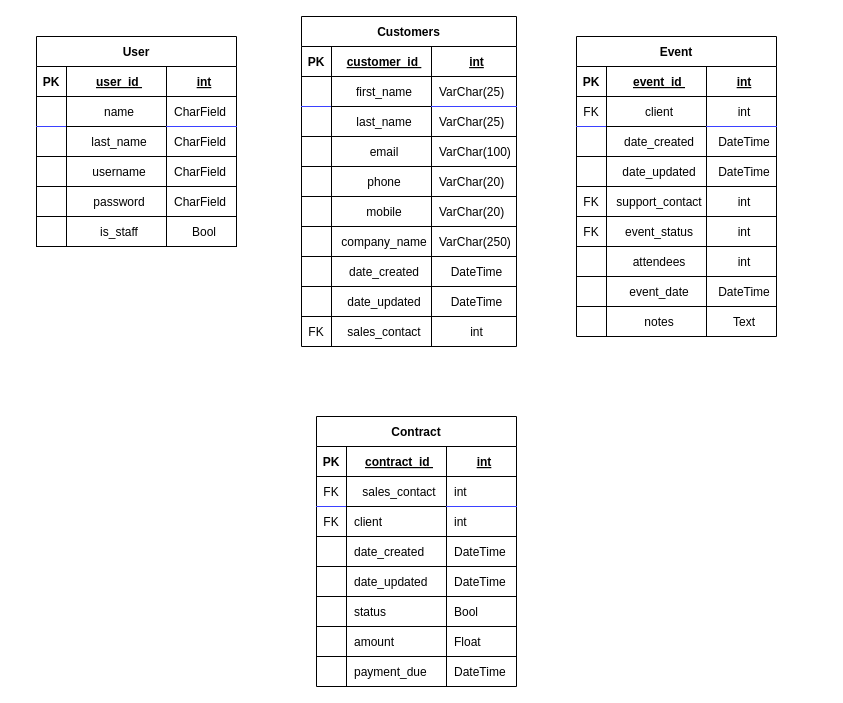
The draw.io diagram ERM.drawio in pnt983/P_12_OpenClassRoom, before the edit. Source tidied: cells renumbered, new cells numbered last; positions are measured from the earlier drawing's top-left corner, leaving out a move shared by most shapes. Both pictures are drawn from the tidied source at 100%, with x=0, y=0 at pixel (36, 16).
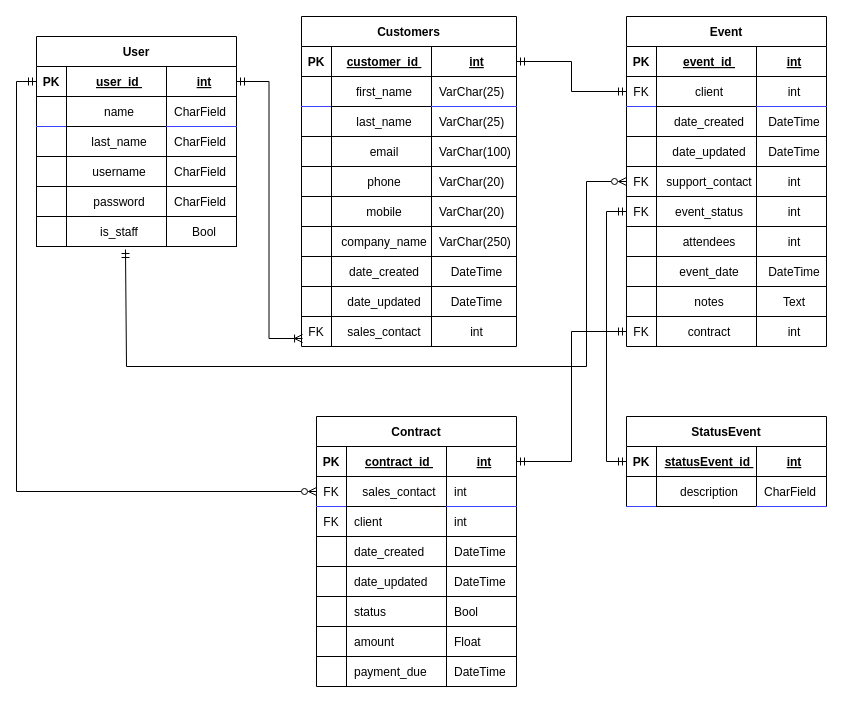
Above is the later version.

Unchanged cells that the change refers to:
```xml
<mxCell id="3" style="shape=partialRectangle;fillColor=none;points=[[0,0.5],[1,0.5]];portConstraint=eastwest;top=0;left=0;right=0;bottom=1;" parent="2" vertex="1">
  <mxGeometry y="30" width="215" height="30" as="geometry" />
</mxCell>
<mxCell id="39" style="shape=partialRectangle;fillColor=none;points=[[0,0.5],[1,0.5]];portConstraint=eastwest;top=0;left=0;right=0;bottom=0;" parent="2" vertex="1">
  <mxGeometry y="300" width="215" height="30" as="geometry" />
</mxCell>
<mxCell id="44" style="shape=partialRectangle;fillColor=none;points=[[0,0.5],[1,0.5]];portConstraint=eastwest;top=0;left=0;right=0;bottom=1;" parent="43" vertex="1">
  <mxGeometry y="30" width="200" height="30" as="geometry" />
</mxCell>
<mxCell id="64" style="shape=partialRectangle;fillColor=none;points=[[0,0.5],[1,0.5]];portConstraint=eastwest;top=0;left=0;right=0;bottom=0;" parent="43" vertex="1">
  <mxGeometry y="180" width="200" height="30" as="geometry" />
</mxCell>
<mxCell id="73" style="shape=partialRectangle;fillColor=none;points=[[0,0.5],[1,0.5]];portConstraint=eastwest;top=0;left=0;right=0;bottom=0;" parent="68" vertex="1">
  <mxGeometry y="60" width="200" height="30" as="geometry" />
</mxCell>
<mxCell id="85" style="shape=partialRectangle;fillColor=none;points=[[0,0.5],[1,0.5]];portConstraint=eastwest;top=0;left=0;right=0;bottom=0;" parent="68" vertex="1">
  <mxGeometry y="150" width="200" height="30" as="geometry" />
</mxCell>
<mxCell id="89" style="shape=partialRectangle;fillColor=none;points=[[0,0.5],[1,0.5]];portConstraint=eastwest;top=0;left=0;right=0;bottom=0;" parent="68" vertex="1">
  <mxGeometry y="180" width="200" height="30" as="geometry" />
</mxCell>
<mxCell id="106" style="shape=partialRectangle;fillColor=none;points=[[0,0.5],[1,0.5]];portConstraint=eastwest;top=0;left=0;right=0;bottom=1;" parent="105" vertex="1">
  <mxGeometry y="30" width="200" height="30" as="geometry" />
</mxCell>
<mxCell id="110" style="shape=partialRectangle;fillColor=none;points=[[0,0.5],[1,0.5]];portConstraint=eastwest;top=0;left=0;right=0;bottom=0;" parent="105" vertex="1">
  <mxGeometry y="60" width="200" height="30" as="geometry" />
</mxCell>
```

Change to the diagram source:
```diff
@@
     <mxCell id="68" value="Event" style="shape=table;startSize=30;childLayout=tableLayout;rowLines=0;fontStyle=1;align=center;" parent="1" vertex="1">
-      <mxGeometry x="540" y="20" width="200" height="300" as="geometry" />
+      <mxGeometry x="590" width="200" height="330" as="geometry" />
     </mxCell>
@@
+    <mxCell id="138" style="shape=partialRectangle;fillColor=none;points=[[0,0.5],[1,0.5]];portConstraint=eastwest;top=0;left=0;right=0;bottom=0;" parent="68" vertex="1">
+      <mxGeometry y="300" width="200" height="30" as="geometry" />
+    </mxCell>
+    <mxCell id="139" value="FK" style="shape=partialRectangle;overflow=hidden;fillColor=none;top=1;left=0;bottom=0;right=0;" parent="138" vertex="1">
+      <mxGeometry width="30" height="30" as="geometry" />
+    </mxCell>
+    <mxCell id="140" value="contract" style="shape=partialRectangle;overflow=hidden;fillColor=none;top=1;left=0;bottom=0;right=0;align=center;spacingLeft=6;" parent="138" vertex="1">
+      <mxGeometry x="30" width="100" height="30" as="geometry" />
+    </mxCell>
+    <mxCell id="141" value="int" style="shape=partialRectangle;overflow=hidden;fillColor=none;top=1;left=0;bottom=0;right=0;align=center;spacingLeft=6;" parent="138" vertex="1">
+      <mxGeometry x="130" width="70" height="30" as="geometry" />
+    </mxCell>
@@
+    <mxCell id="142" style="edgeStyle=orthogonalEdgeStyle;rounded=0;jettySize=auto;html=1;exitX=1;exitY=0.5;exitDx=0;exitDy=0;entryX=0.005;entryY=0.733;entryDx=0;entryDy=0;entryPerimeter=0;endArrow=ERoneToMany;endFill=0;startArrow=ERmandOne;startFill=0;" parent="1" edge="1" source="44" target="39">
+      <mxGeometry relative="1" as="geometry" />
+    </mxCell>
+    <mxCell id="143" style="edgeStyle=orthogonalEdgeStyle;rounded=0;jettySize=auto;html=1;exitX=0;exitY=0.5;exitDx=0;exitDy=0;entryX=1;entryY=0.5;entryDx=0;entryDy=0;startArrow=ERmandOne;startFill=0;endArrow=ERmandOne;endFill=0;" parent="1" edge="1" source="73" target="3">
+      <mxGeometry relative="1" as="geometry" />
+    </mxCell>
+    <mxCell id="144" style="edgeStyle=orthogonalEdgeStyle;rounded=0;jettySize=auto;html=1;exitX=0;exitY=0.5;exitDx=0;exitDy=0;startArrow=ERzeroToMany;startFill=0;endArrow=ERmandOne;endFill=0;entryX=0.445;entryY=1.1;entryDx=0;entryDy=0;entryPerimeter=0;" parent="1" edge="1" source="85" target="64">
+      <mxGeometry relative="1" as="geometry">
+        <Array as="points">
+          <mxPoint x="550" y="165" />
+          <mxPoint x="550" y="350" />
+          <mxPoint x="90" y="350" />
+        </Array>
+      </mxGeometry>
+    </mxCell>
+    <mxCell id="145" style="edgeStyle=orthogonalEdgeStyle;rounded=0;jettySize=auto;html=1;exitX=0;exitY=0.5;exitDx=0;exitDy=0;entryX=0;entryY=0.5;entryDx=0;entryDy=0;startArrow=ERzeroToMany;startFill=0;endArrow=ERmandOne;endFill=0;" parent="1" edge="1" source="110" target="44">
+      <mxGeometry relative="1" as="geometry" />
+    </mxCell>
+    <mxCell id="146" value="StatusEvent" style="shape=table;startSize=30;childLayout=tableLayout;rowLines=0;fontStyle=1;align=center;" parent="1" vertex="1">
+      <mxGeometry x="590" y="400" width="200" height="90" as="geometry" />
+    </mxCell>
+    <mxCell id="147" style="shape=partialRectangle;fillColor=none;points=[[0,0.5],[1,0.5]];portConstraint=eastwest;top=0;left=0;right=0;bottom=1;" parent="146" vertex="1">
+      <mxGeometry y="30" width="200" height="30" as="geometry" />
+    </mxCell>
+    <mxCell id="148" value="PK" style="shape=partialRectangle;overflow=hidden;fillColor=none;top=0;left=0;bottom=0;right=0;fontStyle=1;" parent="147" vertex="1">
+      <mxGeometry width="30" height="30" as="geometry" />
+    </mxCell>
+    <mxCell id="149" value="statusEvent_id " style="shape=partialRectangle;overflow=hidden;fillColor=none;top=0;left=0;bottom=0;right=0;align=center;spacingLeft=6;fontStyle=5;" parent="147" vertex="1">
+      <mxGeometry x="30" width="100" height="30" as="geometry" />
+    </mxCell>
+    <mxCell id="150" value="int" style="shape=partialRectangle;overflow=hidden;fillColor=none;top=0;left=0;bottom=0;right=0;align=center;spacingLeft=6;fontStyle=5;" parent="147" vertex="1">
+      <mxGeometry x="130" width="70" height="30" as="geometry" />
+    </mxCell>
+    <mxCell id="151" style="shape=partialRectangle;fillColor=none;top=0;left=0;right=0;bottom=0;" parent="146" vertex="1">
+      <mxGeometry y="60" width="200" height="30" as="geometry" />
+    </mxCell>
+    <mxCell id="152" style="shape=partialRectangle;overflow=hidden;fillColor=none;top=0;left=0;bottom=1;right=0;strokeColor=#3B41FF;" parent="151" vertex="1">
+      <mxGeometry width="30" height="30" as="geometry" />
+    </mxCell>
+    <mxCell id="153" value="description" style="shape=partialRectangle;overflow=hidden;fillColor=none;top=0;left=0;bottom=1;right=0;align=center;spacingLeft=6;strokeWidth=1;perimeterSpacing=0;strokeColor=#000000;labelBorderColor=none;" parent="151" vertex="1">
+      <mxGeometry x="30" width="100" height="30" as="geometry" />
+    </mxCell>
+    <mxCell id="154" value="CharField" style="shape=partialRectangle;overflow=hidden;fillColor=none;top=0;left=0;bottom=1;right=0;align=left;spacingLeft=6;strokeColor=#3B41FF;" parent="151" vertex="1">
+      <mxGeometry x="130" width="70" height="30" as="geometry" />
+    </mxCell>
+    <mxCell id="155" style="edgeStyle=orthogonalEdgeStyle;rounded=0;jettySize=auto;html=1;exitX=0;exitY=0.5;exitDx=0;exitDy=0;entryX=0;entryY=0.5;entryDx=0;entryDy=0;startArrow=ERmandOne;startFill=0;endArrow=ERmandOne;endFill=0;" parent="1" edge="1" source="147" target="89">
+      <mxGeometry relative="1" as="geometry" />
+    </mxCell>
+    <mxCell id="156" style="edgeStyle=orthogonalEdgeStyle;rounded=0;jettySize=auto;html=1;exitX=0;exitY=0.5;exitDx=0;exitDy=0;entryX=1;entryY=0.5;entryDx=0;entryDy=0;startArrow=ERmandOne;startFill=0;endArrow=ERmandOne;endFill=0;" parent="1" edge="1" source="138" target="106">
+      <mxGeometry relative="1" as="geometry" />
+    </mxCell>
```
